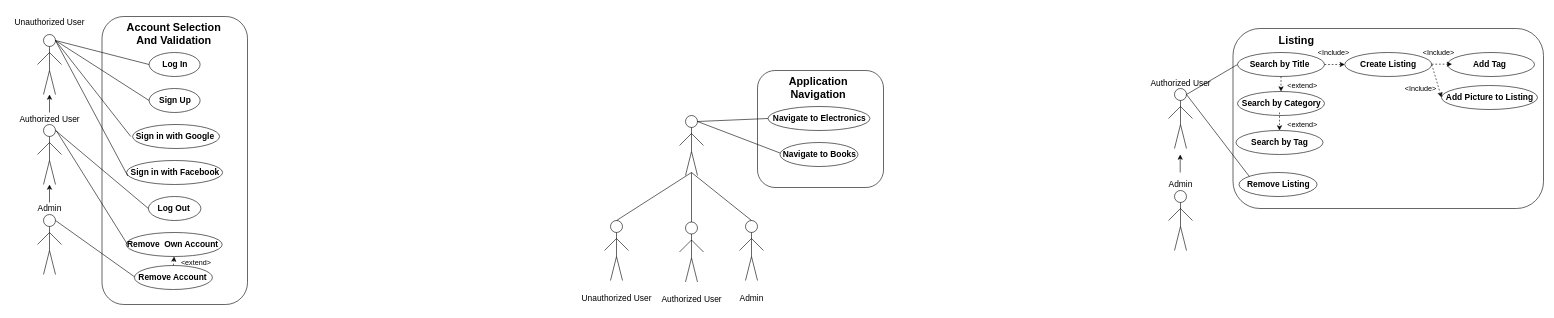
Above: Documents/Deliverable_2/D2.drawio in JacquesLJT/COS420_Project (draw.io), before the change. Source tidied: cells renumbered, new cells numbered last; positions are measured from the earlier drawing's top-left corner, leaving out a move shared by most shapes. Both pictures are drawn from the tidied source at 60%, with x=0, y=0 at pixel (10, 16).
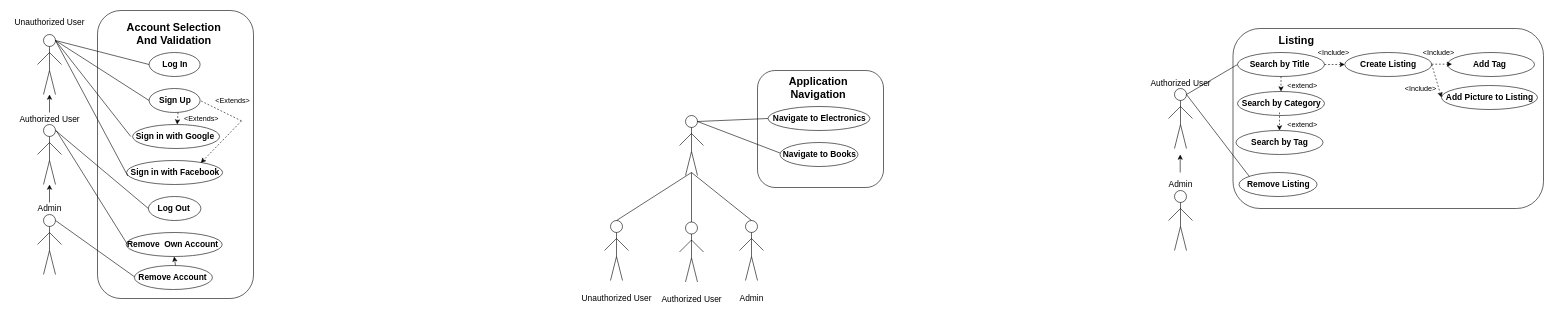
The same page after the edit.

Commit message (it also covers changes not shown here):
Update Use Case Models

The change refers to these unchanged cells:
```xml
<mxCell id="15" style="ellipse;whiteSpace=wrap;html=1;fontSize=14;" parent="1" vertex="1">
  <mxGeometry x="231" y="120" width="85" height="40" as="geometry" />
</mxCell>
<mxCell id="42" style="ellipse;whiteSpace=wrap;html=1;fontSize=14;" parent="1" vertex="1">
  <mxGeometry x="206.5" y="415" width="130" height="40" as="geometry" />
</mxCell>
<mxCell id="125" style="ellipse;whiteSpace=wrap;html=1;fontSize=14;" parent="1" vertex="1">
  <mxGeometry x="192.8" y="360" width="160" height="40" as="geometry" />
</mxCell>
```

Diff of the diagram source:
```diff
@@
     <mxCell id="2" style="rounded=1;whiteSpace=wrap;html=1;fontSize=14;" parent="1" vertex="1">
-      <mxGeometry x="152.5" width="242.5" height="480" as="geometry" />
+      <mxGeometry x="145" y="-10" width="260" height="480" as="geometry" />
     </mxCell>
@@
-    <mxCell id="129" style="html=1;labelBackgroundColor=#ffffff;startArrow=none;startFill=0;startSize=6;endArrow=classic;endFill=1;endSize=6;jettySize=auto;strokeWidth=1;dashed=1;fontSize=14;rounded=0;entryX=0.5;entryY=1;entryDx=0;entryDy=0;exitX=0.5;exitY=0;exitDx=0;exitDy=0;" parent="1" edge="1" source="42" target="125">
-      <mxGeometry relative="1" as="geometry" />
-    </mxCell>
-    <mxCell id="130" value="&amp;lt;extend&amp;gt;" style="text;html=1;align=center;verticalAlign=middle;strokeColor=none;fillColor=none;" parent="1" vertex="1">
-      <mxGeometry x="273.5" y="400" width="70" height="20" as="geometry" />
-    </mxCell>
+    <mxCell id="131" style="endArrow=none;dashed=1;html=1;rounded=0;entryX=1;entryY=0.5;entryDx=0;entryDy=0;" parent="1" edge="1" target="15">
+      <mxGeometry relative="1" as="geometry">
+        <mxPoint x="385" y="174" as="sourcePoint" />
+      </mxGeometry>
+    </mxCell>
+    <mxCell id="132" style="html=1;labelBackgroundColor=#ffffff;startArrow=none;startFill=0;startSize=6;endArrow=classic;endFill=1;endSize=6;jettySize=auto;orthogonalLoop=1;strokeWidth=1;dashed=1;fontSize=14;rounded=0;entryX=1;entryY=0.5;entryDx=0;entryDy=0;" parent="1" edge="1">
+      <mxGeometry relative="1" as="geometry">
+        <mxPoint x="385" y="174" as="sourcePoint" />
+        <mxPoint x="317.2" y="244" as="targetPoint" />
+      </mxGeometry>
+    </mxCell>
+    <mxCell id="133" value="&amp;lt;Extends&amp;gt;" style="text;html=1;align=center;verticalAlign=middle;strokeColor=none;fillColor=none;" parent="1" vertex="1">
+      <mxGeometry x="335" y="130" width="70" height="20" as="geometry" />
+    </mxCell>
+    <mxCell id="134" style="html=1;labelBackgroundColor=#ffffff;startArrow=none;startFill=0;startSize=6;endArrow=classic;endFill=1;endSize=6;jettySize=auto;orthogonalLoop=1;strokeWidth=1;dashed=1;fontSize=14;rounded=0;entryX=0.5;entryY=0;entryDx=0;entryDy=0;" parent="1" edge="1">
+      <mxGeometry relative="1" as="geometry">
+        <mxPoint x="279.2" y="160" as="sourcePoint" />
+        <mxPoint x="277.8" y="180" as="targetPoint" />
+      </mxGeometry>
+    </mxCell>
+    <mxCell id="135" value="&amp;lt;Extends&amp;gt;" style="text;html=1;align=center;verticalAlign=middle;strokeColor=none;fillColor=none;" parent="1" vertex="1">
+      <mxGeometry x="282.8" y="160" width="70" height="20" as="geometry" />
+    </mxCell>
+    <mxCell id="136" style="endArrow=classic;html=1;rounded=0;entryX=0.5;entryY=1;entryDx=0;entryDy=0;" parent="1" edge="1" target="125">
+      <mxGeometry relative="1" as="geometry">
+        <mxPoint x="275" y="415" as="sourcePoint" />
+      </mxGeometry>
+    </mxCell>
```
